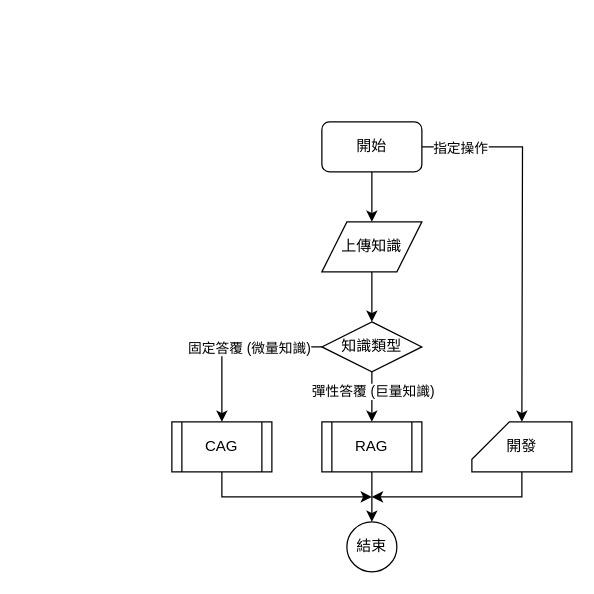
GitHub-WeiChiang/main keeps this draw.io diagram as KnowledgeBase/知識庫構建流程圖.drawio. Above is the earlier version. Source tidied: cells renumbered, new cells numbered last; positions are measured from the earlier drawing's top-left corner, leaving out a move shared by most shapes. Both pictures are drawn from the tidied source at 125%, with x=0, y=0 at pixel (171, 121).
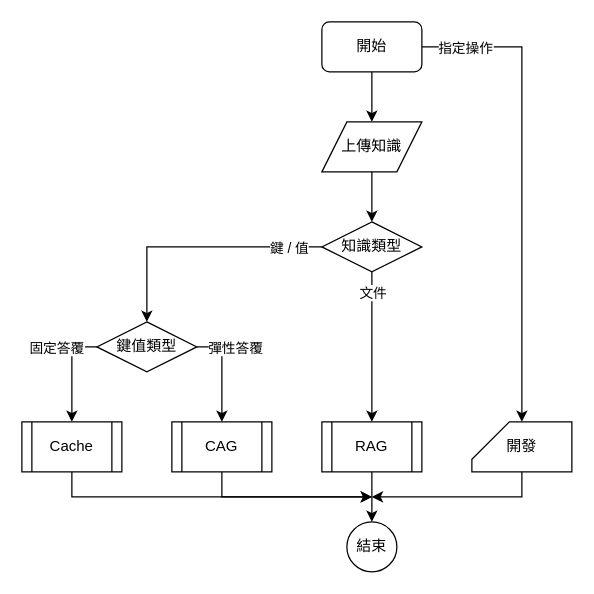
The same diagram, later.

Commit message (it also covers changes not shown here):
📝: 修改流程圖

Unchanged cells that the change refers to:
```xml
<mxCell id="10" style="edgeStyle=orthogonalEdgeStyle;rounded=0;jettySize=auto;html=1;entryX=0.5;entryY=0;entryDx=0;entryDy=0;" parent="1" edge="1" source="12" target="16">
  <mxGeometry relative="1" as="geometry" />
</mxCell>
<mxCell id="14" value="CAG" style="shape=process;whiteSpace=wrap;html=1;backgroundOutline=1;" parent="1" vertex="1">
  <mxGeometry y="240" width="80" height="40" as="geometry" />
</mxCell>
<mxCell id="19" value="開發" style="shape=card;whiteSpace=wrap;html=1;" parent="1" vertex="1">
  <mxGeometry x="240" y="240" width="80" height="40" as="geometry" />
</mxCell>
```

What changed in the source:
```diff
@@
-    <mxCell id="3" style="edgeStyle=orthogonalEdgeStyle;rounded=0;jettySize=auto;html=1;entryX=0.5;entryY=0;entryDx=0;entryDy=0;" parent="1" edge="1" source="5">
-      <mxGeometry relative="1" as="geometry">
-        <mxPoint x="280" y="240" as="targetPoint" />
-      </mxGeometry>
+    <mxCell id="3" style="edgeStyle=orthogonalEdgeStyle;rounded=0;jettySize=auto;html=1;entryX=0.5;entryY=0;entryDx=0;entryDy=0;entryPerimeter=0;" parent="1" edge="1" source="5" target="19">
+      <mxGeometry relative="1" as="geometry" />
     </mxCell>
@@
     <mxCell id="5" value="開始" style="rounded=1;whiteSpace=wrap;html=1;" parent="1" vertex="1">
-      <mxGeometry x="120" width="80" height="40" as="geometry" />
+      <mxGeometry x="120" y="-80" width="80" height="40" as="geometry" />
     </mxCell>
@@
     <mxCell id="7" value="上傳知識" style="shape=parallelogram;perimeter=parallelogramPerimeter;whiteSpace=wrap;html=1;fixedSize=1;" parent="1" vertex="1">
-      <mxGeometry x="120" y="80" width="80" height="40" as="geometry" />
+      <mxGeometry x="120" width="80" height="40" as="geometry" />
     </mxCell>
-    <mxCell id="8" style="edgeStyle=orthogonalEdgeStyle;rounded=0;jettySize=auto;html=1;entryX=0.5;entryY=0;entryDx=0;entryDy=0;" parent="1" edge="1" source="12" target="14">
+    <mxCell id="8" style="edgeStyle=orthogonalEdgeStyle;rounded=0;jettySize=auto;html=1;entryX=0.5;entryY=0;entryDx=0;entryDy=0;" parent="1" edge="1" source="12" target="28">
       <mxGeometry relative="1" as="geometry" />
     </mxCell>
-    <mxCell id="9" value="固定答覆 (微量知識)" style="edgeLabel;html=1;align=center;verticalAlign=middle;" parent="8" vertex="1">
-      <mxGeometry x="-0.61" y="-1" relative="1" as="geometry">
-        <mxPoint x="-32" y="1" as="offset" />
-      </mxGeometry>
-    </mxCell>
+    <mxCell id="20" value="鍵 / 值" style="edgeLabel;html=1;align=center;verticalAlign=middle;" parent="8" vertex="1">
+      <mxGeometry x="-0.53" y="-1" relative="1" as="geometry">
+        <mxPoint x="20" y="1" as="offset" />
+      </mxGeometry>
+    </mxCell>
@@
-    <mxCell id="11" value="彈性答覆 (巨量知識)" style="edgeLabel;html=1;align=center;verticalAlign=middle;" parent="10" vertex="1">
-      <mxGeometry x="-0.25" relative="1" as="geometry" />
-    </mxCell>
+    <mxCell id="21" value="文件" style="edgeLabel;html=1;align=center;verticalAlign=middle;" parent="10" vertex="1">
+      <mxGeometry x="-0.39" relative="1" as="geometry">
+        <mxPoint y="-21" as="offset" />
+      </mxGeometry>
+    </mxCell>
     <mxCell id="12" value="知識類型" style="rhombus;whiteSpace=wrap;html=1;" parent="1" vertex="1">
-      <mxGeometry x="120" y="160" width="80" height="40" as="geometry" />
+      <mxGeometry x="120" y="80" width="80" height="40" as="geometry" />
     </mxCell>
-    <mxCell id="13" style="edgeStyle=orthogonalEdgeStyle;rounded=0;jettySize=auto;html=1;" parent="1" edge="1" source="14">
-      <mxGeometry relative="1" as="geometry">
-        <mxPoint x="160" y="300" as="targetPoint" />
-        <Array as="points">
-          <mxPoint x="40" y="300" />
-        </Array>
-      </mxGeometry>
-    </mxCell>
+    <mxCell id="22" style="edgeStyle=orthogonalEdgeStyle;rounded=0;jettySize=auto;html=1;" parent="1" edge="1" source="14">
+      <mxGeometry relative="1" as="geometry">
+        <mxPoint x="160" y="300" as="targetPoint" />
+        <Array as="points">
+          <mxPoint x="40" y="300" />
+        </Array>
+      </mxGeometry>
+    </mxCell>
@@
-    <mxCell id="17" style="edgeStyle=orthogonalEdgeStyle;rounded=0;orthogonalLoop=1;jettySize=auto;html=1;" parent="1" edge="1">
-      <mxGeometry relative="1" as="geometry">
-        <mxPoint x="280" y="280" as="sourcePoint" />
-        <mxPoint x="160" y="300" as="targetPoint" />
-        <Array as="points">
-          <mxPoint x="280" y="300" />
-        </Array>
-      </mxGeometry>
-    </mxCell>
@@
+    <mxCell id="23" style="edgeStyle=orthogonalEdgeStyle;rounded=0;jettySize=auto;html=1;" parent="1" edge="1" source="19">
+      <mxGeometry relative="1" as="geometry">
+        <mxPoint x="160" y="300" as="targetPoint" />
+        <Array as="points">
+          <mxPoint x="280" y="300" />
+        </Array>
+      </mxGeometry>
+    </mxCell>
@@
+    <mxCell id="24" style="edgeStyle=orthogonalEdgeStyle;rounded=0;jettySize=auto;html=1;exitX=1;exitY=0.5;exitDx=0;exitDy=0;entryX=0.5;entryY=0;entryDx=0;entryDy=0;" parent="1" edge="1" source="28" target="14">
+      <mxGeometry relative="1" as="geometry" />
+    </mxCell>
+    <mxCell id="25" value="彈性答覆" style="edgeLabel;html=1;align=center;verticalAlign=middle;" parent="24" vertex="1">
+      <mxGeometry x="-0.75" relative="1" as="geometry">
+        <mxPoint x="20" as="offset" />
+      </mxGeometry>
+    </mxCell>
+    <mxCell id="26" style="edgeStyle=orthogonalEdgeStyle;rounded=0;jettySize=auto;html=1;exitX=0;exitY=0.5;exitDx=0;exitDy=0;entryX=0.5;entryY=0;entryDx=0;entryDy=0;" parent="1" edge="1" source="28" target="30">
+      <mxGeometry relative="1" as="geometry" />
+    </mxCell>
+    <mxCell id="27" value="固定答覆" style="edgeLabel;html=1;align=center;verticalAlign=middle;" parent="26" vertex="1">
+      <mxGeometry x="-0.25" y="-1" relative="1" as="geometry">
+        <mxPoint x="-12" y="-10" as="offset" />
+      </mxGeometry>
+    </mxCell>
+    <mxCell id="28" value="鍵值類型" style="rhombus;whiteSpace=wrap;html=1;" parent="1" vertex="1">
+      <mxGeometry x="-60" y="160" width="80" height="40" as="geometry" />
+    </mxCell>
+    <mxCell id="29" style="edgeStyle=orthogonalEdgeStyle;rounded=0;jettySize=auto;html=1;" parent="1" edge="1" source="30">
+      <mxGeometry relative="1" as="geometry">
+        <mxPoint x="160" y="300" as="targetPoint" />
+        <Array as="points">
+          <mxPoint x="-80" y="300" />
+        </Array>
+      </mxGeometry>
+    </mxCell>
+    <mxCell id="30" value="Cache" style="shape=process;whiteSpace=wrap;html=1;backgroundOutline=1;" parent="1" vertex="1">
+      <mxGeometry x="-120" y="240" width="80" height="40" as="geometry" />
+    </mxCell>
```
